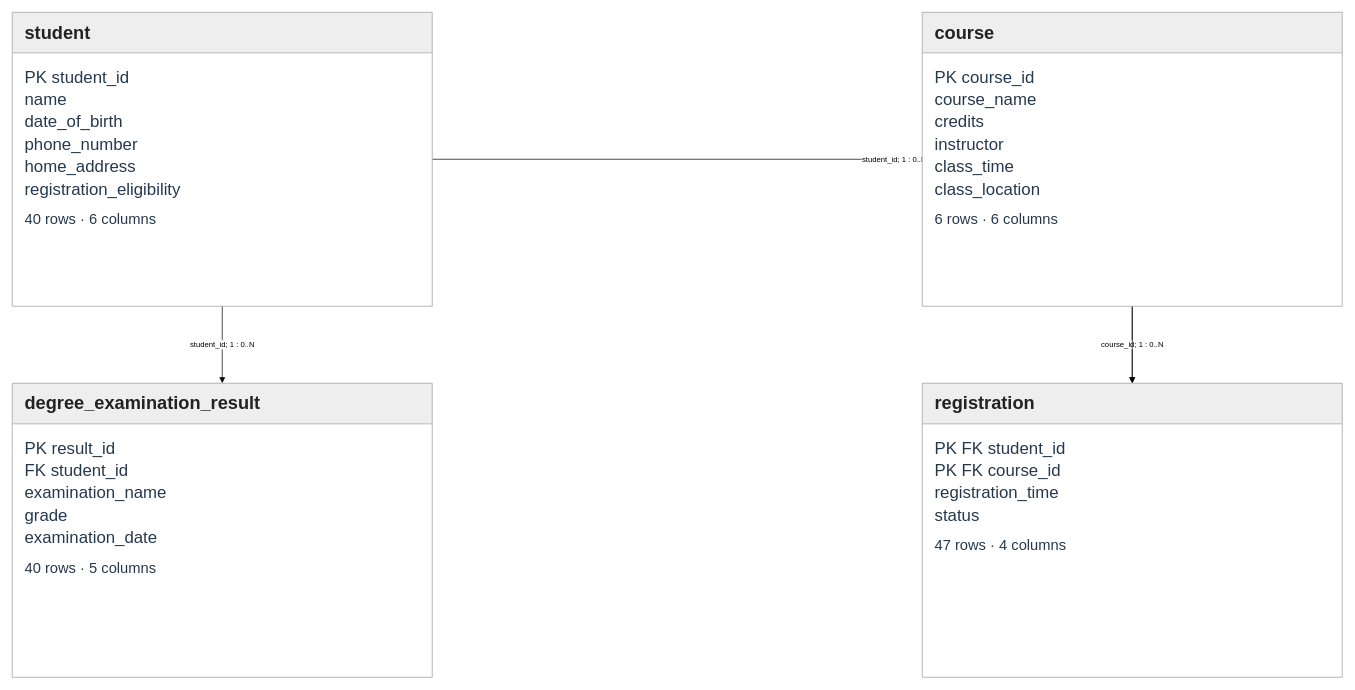
jiwonpark7913/NL2EVENTLOG keeps this draw.io diagram as datasets/universityflow/docs/schema.drawio. Above is the earlier version. Source tidied: cells renumbered, new cells numbered last; positions are measured from the earlier drawing's top-left corner, leaving out a move shared by most shapes. Both pictures are drawn from the tidied source at 70%, with x=0, y=0 at pixel (12, 12).
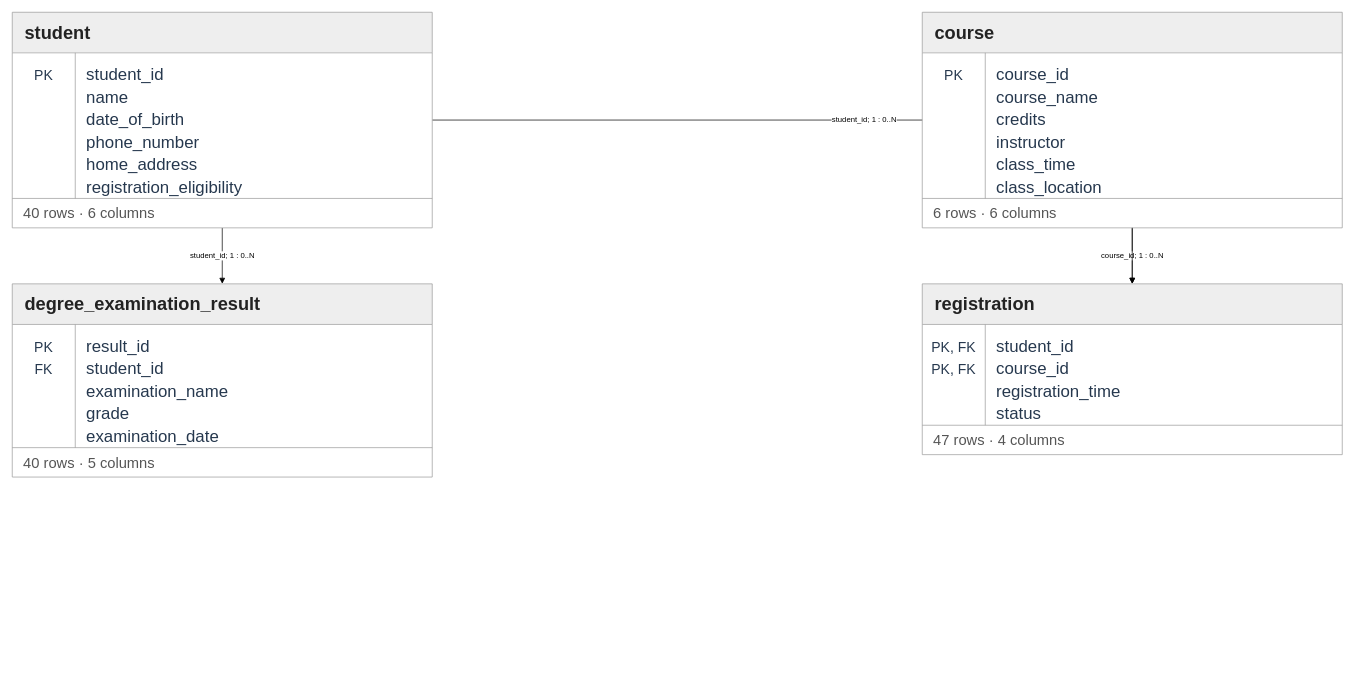
The same page after the edit.

Commit message (it also covers changes not shown here):
Add dedicated PK/FK column and compact schema table heights

Change to the diagram source:
```diff
@@
     <mxCell id="5" value="student" style="shape=swimlane;startSize=58;rounded=0;whiteSpace=wrap;html=1;align=left;spacingLeft=16;fillColor=#eeeeee;swimlaneFillColor=#ffffff;strokeColor=#9a9a9a;fontColor=#222222;fontSize=26;fontStyle=1;" parent="1" vertex="1">
-      <mxGeometry width="600" height="420" as="geometry" />
+      <mxGeometry width="600" height="308" as="geometry" />
     </mxCell>
-    <mxCell id="6" value="&lt;div style=&quot;line-height:32px&quot;&gt;PK student_id&lt;/div&gt;&lt;div style=&quot;line-height:32px&quot;&gt;name&lt;/div&gt;&lt;div style=&quot;line-height:32px&quot;&gt;date_of_birth&lt;/div&gt;&lt;div style=&quot;line-height:32px&quot;&gt;phone_number&lt;/div&gt;&lt;div style=&quot;line-height:32px&quot;&gt;home_address&lt;/div&gt;&lt;div style=&quot;line-height:32px&quot;&gt;registration_eligibility&lt;/div&gt;&lt;div style=&quot;margin-top:14px;font-size:21px&quot;&gt;40 rows · 6 columns&lt;/div&gt;" style="text;rounded=0;whiteSpace=wrap;html=1;align=left;verticalAlign=top;spacingLeft=16;spacingTop=12;fontColor=#26384e;fontSize=24;fontStyle=0;fillColor=none;strokeColor=none;" parent="5" vertex="1">
-      <mxGeometry y="58" width="600" height="362" as="geometry" />
-    </mxCell>
+    <mxCell id="13" style="endArrow=none;startArrow=none;rounded=0;strokeColor=#9a9a9a;" parent="5" edge="1">
+      <mxGeometry relative="1" as="geometry">
+        <mxPoint x="90" y="58" as="sourcePoint" />
+        <mxPoint x="90" y="266" as="targetPoint" />
+      </mxGeometry>
+    </mxCell>
+    <mxCell id="14" style="endArrow=none;startArrow=none;rounded=0;strokeColor=#9a9a9a;" parent="5" edge="1">
+      <mxGeometry relative="1" as="geometry">
+        <mxPoint y="266" as="sourcePoint" />
+        <mxPoint x="600" y="266" as="targetPoint" />
+      </mxGeometry>
+    </mxCell>
+    <mxCell id="15" value="PK" style="text;rounded=0;whiteSpace=wrap;html=1;align=center;verticalAlign=middle;spacingLeft=0;fontColor=#26384e;fontSize=20;fontStyle=0;fillColor=none;strokeColor=none;" parent="5" vertex="1">
+      <mxGeometry y="74" width="90" height="32" as="geometry" />
+    </mxCell>
+    <mxCell id="16" value="student_id" style="text;rounded=0;whiteSpace=wrap;html=1;align=left;verticalAlign=middle;spacingLeft=14;fontColor=#26384e;fontSize=24;fontStyle=0;fillColor=none;strokeColor=none;" parent="5" vertex="1">
+      <mxGeometry x="90" y="74" width="510" height="32" as="geometry" />
+    </mxCell>
+    <mxCell id="17" style="text;rounded=0;whiteSpace=wrap;html=1;align=center;verticalAlign=middle;spacingLeft=0;fontColor=#26384e;fontSize=20;fontStyle=0;fillColor=none;strokeColor=none;" parent="5" vertex="1">
+      <mxGeometry y="106" width="90" height="32" as="geometry" />
+    </mxCell>
+    <mxCell id="18" value="name" style="text;rounded=0;whiteSpace=wrap;html=1;align=left;verticalAlign=middle;spacingLeft=14;fontColor=#26384e;fontSize=24;fontStyle=0;fillColor=none;strokeColor=none;" parent="5" vertex="1">
+      <mxGeometry x="90" y="106" width="510" height="32" as="geometry" />
+    </mxCell>
+    <mxCell id="19" style="text;rounded=0;whiteSpace=wrap;html=1;align=center;verticalAlign=middle;spacingLeft=0;fontColor=#26384e;fontSize=20;fontStyle=0;fillColor=none;strokeColor=none;" parent="5" vertex="1">
+      <mxGeometry y="138" width="90" height="32" as="geometry" />
+    </mxCell>
+    <mxCell id="20" value="date_of_birth" style="text;rounded=0;whiteSpace=wrap;html=1;align=left;verticalAlign=middle;spacingLeft=14;fontColor=#26384e;fontSize=24;fontStyle=0;fillColor=none;strokeColor=none;" parent="5" vertex="1">
+      <mxGeometry x="90" y="138" width="510" height="32" as="geometry" />
+    </mxCell>
+    <mxCell id="21" style="text;rounded=0;whiteSpace=wrap;html=1;align=center;verticalAlign=middle;spacingLeft=0;fontColor=#26384e;fontSize=20;fontStyle=0;fillColor=none;strokeColor=none;" parent="5" vertex="1">
+      <mxGeometry y="170" width="90" height="32" as="geometry" />
+    </mxCell>
+    <mxCell id="22" value="phone_number" style="text;rounded=0;whiteSpace=wrap;html=1;align=left;verticalAlign=middle;spacingLeft=14;fontColor=#26384e;fontSize=24;fontStyle=0;fillColor=none;strokeColor=none;" parent="5" vertex="1">
+      <mxGeometry x="90" y="170" width="510" height="32" as="geometry" />
+    </mxCell>
+    <mxCell id="23" style="text;rounded=0;whiteSpace=wrap;html=1;align=center;verticalAlign=middle;spacingLeft=0;fontColor=#26384e;fontSize=20;fontStyle=0;fillColor=none;strokeColor=none;" parent="5" vertex="1">
+      <mxGeometry y="202" width="90" height="32" as="geometry" />
+    </mxCell>
+    <mxCell id="24" value="home_address" style="text;rounded=0;whiteSpace=wrap;html=1;align=left;verticalAlign=middle;spacingLeft=14;fontColor=#26384e;fontSize=24;fontStyle=0;fillColor=none;strokeColor=none;" parent="5" vertex="1">
+      <mxGeometry x="90" y="202" width="510" height="32" as="geometry" />
+    </mxCell>
+    <mxCell id="25" style="text;rounded=0;whiteSpace=wrap;html=1;align=center;verticalAlign=middle;spacingLeft=0;fontColor=#26384e;fontSize=20;fontStyle=0;fillColor=none;strokeColor=none;" parent="5" vertex="1">
+      <mxGeometry y="234" width="90" height="32" as="geometry" />
+    </mxCell>
+    <mxCell id="26" value="registration_eligibility" style="text;rounded=0;whiteSpace=wrap;html=1;align=left;verticalAlign=middle;spacingLeft=14;fontColor=#26384e;fontSize=24;fontStyle=0;fillColor=none;strokeColor=none;" parent="5" vertex="1">
+      <mxGeometry x="90" y="234" width="510" height="32" as="geometry" />
+    </mxCell>
+    <mxCell id="27" value="40 rows · 6 columns" style="text;rounded=0;whiteSpace=wrap;html=1;align=left;verticalAlign=middle;spacingLeft=14;fontColor=#555555;fontSize=21;fillColor=none;strokeColor=none;" parent="5" vertex="1">
+      <mxGeometry y="266" width="600" height="42" as="geometry" />
+    </mxCell>
     <mxCell id="7" value="course" style="shape=swimlane;startSize=58;rounded=0;whiteSpace=wrap;html=1;align=left;spacingLeft=16;fillColor=#eeeeee;swimlaneFillColor=#ffffff;strokeColor=#9a9a9a;fontColor=#222222;fontSize=26;fontStyle=1;" parent="1" vertex="1">
-      <mxGeometry x="1300" width="600" height="420" as="geometry" />
+      <mxGeometry x="1300" width="600" height="308" as="geometry" />
     </mxCell>
-    <mxCell id="8" value="&lt;div style=&quot;line-height:32px&quot;&gt;PK course_id&lt;/div&gt;&lt;div style=&quot;line-height:32px&quot;&gt;course_name&lt;/div&gt;&lt;div style=&quot;line-height:32px&quot;&gt;credits&lt;/div&gt;&lt;div style=&quot;line-height:32px&quot;&gt;instructor&lt;/div&gt;&lt;div style=&quot;line-height:32px&quot;&gt;class_time&lt;/div&gt;&lt;div style=&quot;line-height:32px&quot;&gt;class_location&lt;/div&gt;&lt;div style=&quot;margin-top:14px;font-size:21px&quot;&gt;6 rows · 6 columns&lt;/div&gt;" style="text;rounded=0;whiteSpace=wrap;html=1;align=left;verticalAlign=top;spacingLeft=16;spacingTop=12;fontColor=#26384e;fontSize=24;fontStyle=0;fillColor=none;strokeColor=none;" parent="7" vertex="1">
-      <mxGeometry y="58" width="600" height="362" as="geometry" />
-    </mxCell>
+    <mxCell id="28" style="endArrow=none;startArrow=none;rounded=0;strokeColor=#9a9a9a;" parent="7" edge="1">
+      <mxGeometry relative="1" as="geometry">
+        <mxPoint x="90" y="58" as="sourcePoint" />
+        <mxPoint x="90" y="266" as="targetPoint" />
+      </mxGeometry>
+    </mxCell>
+    <mxCell id="29" style="endArrow=none;startArrow=none;rounded=0;strokeColor=#9a9a9a;" parent="7" edge="1">
+      <mxGeometry relative="1" as="geometry">
+        <mxPoint y="266" as="sourcePoint" />
+        <mxPoint x="600" y="266" as="targetPoint" />
+      </mxGeometry>
+    </mxCell>
+    <mxCell id="30" value="PK" style="text;rounded=0;whiteSpace=wrap;html=1;align=center;verticalAlign=middle;spacingLeft=0;fontColor=#26384e;fontSize=20;fontStyle=0;fillColor=none;strokeColor=none;" parent="7" vertex="1">
+      <mxGeometry y="74" width="90" height="32" as="geometry" />
+    </mxCell>
+    <mxCell id="31" value="course_id" style="text;rounded=0;whiteSpace=wrap;html=1;align=left;verticalAlign=middle;spacingLeft=14;fontColor=#26384e;fontSize=24;fontStyle=0;fillColor=none;strokeColor=none;" parent="7" vertex="1">
+      <mxGeometry x="90" y="74" width="510" height="32" as="geometry" />
+    </mxCell>
+    <mxCell id="32" style="text;rounded=0;whiteSpace=wrap;html=1;align=center;verticalAlign=middle;spacingLeft=0;fontColor=#26384e;fontSize=20;fontStyle=0;fillColor=none;strokeColor=none;" parent="7" vertex="1">
+      <mxGeometry y="106" width="90" height="32" as="geometry" />
+    </mxCell>
+    <mxCell id="33" value="course_name" style="text;rounded=0;whiteSpace=wrap;html=1;align=left;verticalAlign=middle;spacingLeft=14;fontColor=#26384e;fontSize=24;fontStyle=0;fillColor=none;strokeColor=none;" parent="7" vertex="1">
+      <mxGeometry x="90" y="106" width="510" height="32" as="geometry" />
+    </mxCell>
+    <mxCell id="34" style="text;rounded=0;whiteSpace=wrap;html=1;align=center;verticalAlign=middle;spacingLeft=0;fontColor=#26384e;fontSize=20;fontStyle=0;fillColor=none;strokeColor=none;" parent="7" vertex="1">
+      <mxGeometry y="138" width="90" height="32" as="geometry" />
+    </mxCell>
+    <mxCell id="35" value="credits" style="text;rounded=0;whiteSpace=wrap;html=1;align=left;verticalAlign=middle;spacingLeft=14;fontColor=#26384e;fontSize=24;fontStyle=0;fillColor=none;strokeColor=none;" parent="7" vertex="1">
+      <mxGeometry x="90" y="138" width="510" height="32" as="geometry" />
+    </mxCell>
+    <mxCell id="36" style="text;rounded=0;whiteSpace=wrap;html=1;align=center;verticalAlign=middle;spacingLeft=0;fontColor=#26384e;fontSize=20;fontStyle=0;fillColor=none;strokeColor=none;" parent="7" vertex="1">
+      <mxGeometry y="170" width="90" height="32" as="geometry" />
+    </mxCell>
+    <mxCell id="37" value="instructor" style="text;rounded=0;whiteSpace=wrap;html=1;align=left;verticalAlign=middle;spacingLeft=14;fontColor=#26384e;fontSize=24;fontStyle=0;fillColor=none;strokeColor=none;" parent="7" vertex="1">
+      <mxGeometry x="90" y="170" width="510" height="32" as="geometry" />
+    </mxCell>
+    <mxCell id="38" style="text;rounded=0;whiteSpace=wrap;html=1;align=center;verticalAlign=middle;spacingLeft=0;fontColor=#26384e;fontSize=20;fontStyle=0;fillColor=none;strokeColor=none;" parent="7" vertex="1">
+      <mxGeometry y="202" width="90" height="32" as="geometry" />
+    </mxCell>
+    <mxCell id="39" value="class_time" style="text;rounded=0;whiteSpace=wrap;html=1;align=left;verticalAlign=middle;spacingLeft=14;fontColor=#26384e;fontSize=24;fontStyle=0;fillColor=none;strokeColor=none;" parent="7" vertex="1">
+      <mxGeometry x="90" y="202" width="510" height="32" as="geometry" />
+    </mxCell>
+    <mxCell id="40" style="text;rounded=0;whiteSpace=wrap;html=1;align=center;verticalAlign=middle;spacingLeft=0;fontColor=#26384e;fontSize=20;fontStyle=0;fillColor=none;strokeColor=none;" parent="7" vertex="1">
+      <mxGeometry y="234" width="90" height="32" as="geometry" />
+    </mxCell>
+    <mxCell id="41" value="class_location" style="text;rounded=0;whiteSpace=wrap;html=1;align=left;verticalAlign=middle;spacingLeft=14;fontColor=#26384e;fontSize=24;fontStyle=0;fillColor=none;strokeColor=none;" parent="7" vertex="1">
+      <mxGeometry x="90" y="234" width="510" height="32" as="geometry" />
+    </mxCell>
+    <mxCell id="42" value="6 rows · 6 columns" style="text;rounded=0;whiteSpace=wrap;html=1;align=left;verticalAlign=middle;spacingLeft=14;fontColor=#555555;fontSize=21;fillColor=none;strokeColor=none;" parent="7" vertex="1">
+      <mxGeometry y="266" width="600" height="42" as="geometry" />
+    </mxCell>
     <mxCell id="9" value="registration" style="shape=swimlane;startSize=58;rounded=0;whiteSpace=wrap;html=1;align=left;spacingLeft=16;fillColor=#eeeeee;swimlaneFillColor=#ffffff;strokeColor=#9a9a9a;fontColor=#222222;fontSize=26;fontStyle=1;" parent="1" vertex="1">
-      <mxGeometry x="1300" y="530" width="600" height="420" as="geometry" />
+      <mxGeometry x="1300" y="388" width="600" height="244" as="geometry" />
     </mxCell>
-    <mxCell id="10" value="&lt;div style=&quot;line-height:32px&quot;&gt;PK FK student_id&lt;/div&gt;&lt;div style=&quot;line-height:32px&quot;&gt;PK FK course_id&lt;/div&gt;&lt;div style=&quot;line-height:32px&quot;&gt;registration_time&lt;/div&gt;&lt;div style=&quot;line-height:32px&quot;&gt;status&lt;/div&gt;&lt;div style=&quot;margin-top:14px;font-size:21px&quot;&gt;47 rows · 4 columns&lt;/div&gt;" style="text;rounded=0;whiteSpace=wrap;html=1;align=left;verticalAlign=top;spacingLeft=16;spacingTop=12;fontColor=#26384e;fontSize=24;fontStyle=0;fillColor=none;strokeColor=none;" parent="9" vertex="1">
-      <mxGeometry y="58" width="600" height="362" as="geometry" />
-    </mxCell>
+    <mxCell id="43" style="endArrow=none;startArrow=none;rounded=0;strokeColor=#9a9a9a;" parent="9" edge="1">
+      <mxGeometry relative="1" as="geometry">
+        <mxPoint x="90" y="58" as="sourcePoint" />
+        <mxPoint x="90" y="202" as="targetPoint" />
+      </mxGeometry>
+    </mxCell>
+    <mxCell id="44" style="endArrow=none;startArrow=none;rounded=0;strokeColor=#9a9a9a;" parent="9" edge="1">
+      <mxGeometry relative="1" as="geometry">
+        <mxPoint y="202" as="sourcePoint" />
+        <mxPoint x="600" y="202" as="targetPoint" />
+      </mxGeometry>
+    </mxCell>
+    <mxCell id="45" value="PK, FK" style="text;rounded=0;whiteSpace=wrap;html=1;align=center;verticalAlign=middle;spacingLeft=0;fontColor=#26384e;fontSize=20;fontStyle=0;fillColor=none;strokeColor=none;" parent="9" vertex="1">
+      <mxGeometry y="74" width="90" height="32" as="geometry" />
+    </mxCell>
+    <mxCell id="46" value="student_id" style="text;rounded=0;whiteSpace=wrap;html=1;align=left;verticalAlign=middle;spacingLeft=14;fontColor=#26384e;fontSize=24;fontStyle=0;fillColor=none;strokeColor=none;" parent="9" vertex="1">
+      <mxGeometry x="90" y="74" width="510" height="32" as="geometry" />
+    </mxCell>
+    <mxCell id="47" value="PK, FK" style="text;rounded=0;whiteSpace=wrap;html=1;align=center;verticalAlign=middle;spacingLeft=0;fontColor=#26384e;fontSize=20;fontStyle=0;fillColor=none;strokeColor=none;" parent="9" vertex="1">
+      <mxGeometry y="106" width="90" height="32" as="geometry" />
+    </mxCell>
+    <mxCell id="48" value="course_id" style="text;rounded=0;whiteSpace=wrap;html=1;align=left;verticalAlign=middle;spacingLeft=14;fontColor=#26384e;fontSize=24;fontStyle=0;fillColor=none;strokeColor=none;" parent="9" vertex="1">
+      <mxGeometry x="90" y="106" width="510" height="32" as="geometry" />
+    </mxCell>
+    <mxCell id="49" style="text;rounded=0;whiteSpace=wrap;html=1;align=center;verticalAlign=middle;spacingLeft=0;fontColor=#26384e;fontSize=20;fontStyle=0;fillColor=none;strokeColor=none;" parent="9" vertex="1">
+      <mxGeometry y="138" width="90" height="32" as="geometry" />
+    </mxCell>
+    <mxCell id="50" value="registration_time" style="text;rounded=0;whiteSpace=wrap;html=1;align=left;verticalAlign=middle;spacingLeft=14;fontColor=#26384e;fontSize=24;fontStyle=0;fillColor=none;strokeColor=none;" parent="9" vertex="1">
+      <mxGeometry x="90" y="138" width="510" height="32" as="geometry" />
+    </mxCell>
+    <mxCell id="51" style="text;rounded=0;whiteSpace=wrap;html=1;align=center;verticalAlign=middle;spacingLeft=0;fontColor=#26384e;fontSize=20;fontStyle=0;fillColor=none;strokeColor=none;" parent="9" vertex="1">
+      <mxGeometry y="170" width="90" height="32" as="geometry" />
+    </mxCell>
+    <mxCell id="52" value="status" style="text;rounded=0;whiteSpace=wrap;html=1;align=left;verticalAlign=middle;spacingLeft=14;fontColor=#26384e;fontSize=24;fontStyle=0;fillColor=none;strokeColor=none;" parent="9" vertex="1">
+      <mxGeometry x="90" y="170" width="510" height="32" as="geometry" />
+    </mxCell>
+    <mxCell id="53" value="47 rows · 4 columns" style="text;rounded=0;whiteSpace=wrap;html=1;align=left;verticalAlign=middle;spacingLeft=14;fontColor=#555555;fontSize=21;fillColor=none;strokeColor=none;" parent="9" vertex="1">
+      <mxGeometry y="202" width="600" height="42" as="geometry" />
+    </mxCell>
     <mxCell id="11" value="degree_examination_result" style="shape=swimlane;startSize=58;rounded=0;whiteSpace=wrap;html=1;align=left;spacingLeft=16;fillColor=#eeeeee;swimlaneFillColor=#ffffff;strokeColor=#9a9a9a;fontColor=#222222;fontSize=26;fontStyle=1;" parent="1" vertex="1">
-      <mxGeometry y="530" width="600" height="420" as="geometry" />
+      <mxGeometry y="388" width="600" height="276" as="geometry" />
     </mxCell>
-    <mxCell id="12" value="&lt;div style=&quot;line-height:32px&quot;&gt;PK result_id&lt;/div&gt;&lt;div style=&quot;line-height:32px&quot;&gt;FK student_id&lt;/div&gt;&lt;div style=&quot;line-height:32px&quot;&gt;examination_name&lt;/div&gt;&lt;div style=&quot;line-height:32px&quot;&gt;grade&lt;/div&gt;&lt;div style=&quot;line-height:32px&quot;&gt;examination_date&lt;/div&gt;&lt;div style=&quot;margin-top:14px;font-size:21px&quot;&gt;40 rows · 5 columns&lt;/div&gt;" style="text;rounded=0;whiteSpace=wrap;html=1;align=left;verticalAlign=top;spacingLeft=16;spacingTop=12;fontColor=#26384e;fontSize=24;fontStyle=0;fillColor=none;strokeColor=none;" parent="11" vertex="1">
-      <mxGeometry y="58" width="600" height="362" as="geometry" />
-    </mxCell>
+    <mxCell id="54" style="endArrow=none;startArrow=none;rounded=0;strokeColor=#9a9a9a;" parent="11" edge="1">
+      <mxGeometry relative="1" as="geometry">
+        <mxPoint x="90" y="58" as="sourcePoint" />
+        <mxPoint x="90" y="234" as="targetPoint" />
+      </mxGeometry>
+    </mxCell>
+    <mxCell id="55" style="endArrow=none;startArrow=none;rounded=0;strokeColor=#9a9a9a;" parent="11" edge="1">
+      <mxGeometry relative="1" as="geometry">
+        <mxPoint y="234" as="sourcePoint" />
+        <mxPoint x="600" y="234" as="targetPoint" />
+      </mxGeometry>
+    </mxCell>
+    <mxCell id="56" value="PK" style="text;rounded=0;whiteSpace=wrap;html=1;align=center;verticalAlign=middle;spacingLeft=0;fontColor=#26384e;fontSize=20;fontStyle=0;fillColor=none;strokeColor=none;" parent="11" vertex="1">
+      <mxGeometry y="74" width="90" height="32" as="geometry" />
+    </mxCell>
+    <mxCell id="57" value="result_id" style="text;rounded=0;whiteSpace=wrap;html=1;align=left;verticalAlign=middle;spacingLeft=14;fontColor=#26384e;fontSize=24;fontStyle=0;fillColor=none;strokeColor=none;" parent="11" vertex="1">
+      <mxGeometry x="90" y="74" width="510" height="32" as="geometry" />
+    </mxCell>
+    <mxCell id="58" value="FK" style="text;rounded=0;whiteSpace=wrap;html=1;align=center;verticalAlign=middle;spacingLeft=0;fontColor=#26384e;fontSize=20;fontStyle=0;fillColor=none;strokeColor=none;" parent="11" vertex="1">
+      <mxGeometry y="106" width="90" height="32" as="geometry" />
+    </mxCell>
+    <mxCell id="59" value="student_id" style="text;rounded=0;whiteSpace=wrap;html=1;align=left;verticalAlign=middle;spacingLeft=14;fontColor=#26384e;fontSize=24;fontStyle=0;fillColor=none;strokeColor=none;" parent="11" vertex="1">
+      <mxGeometry x="90" y="106" width="510" height="32" as="geometry" />
+    </mxCell>
+    <mxCell id="60" style="text;rounded=0;whiteSpace=wrap;html=1;align=center;verticalAlign=middle;spacingLeft=0;fontColor=#26384e;fontSize=20;fontStyle=0;fillColor=none;strokeColor=none;" parent="11" vertex="1">
+      <mxGeometry y="138" width="90" height="32" as="geometry" />
+    </mxCell>
+    <mxCell id="61" value="examination_name" style="text;rounded=0;whiteSpace=wrap;html=1;align=left;verticalAlign=middle;spacingLeft=14;fontColor=#26384e;fontSize=24;fontStyle=0;fillColor=none;strokeColor=none;" parent="11" vertex="1">
+      <mxGeometry x="90" y="138" width="510" height="32" as="geometry" />
+    </mxCell>
+    <mxCell id="62" style="text;rounded=0;whiteSpace=wrap;html=1;align=center;verticalAlign=middle;spacingLeft=0;fontColor=#26384e;fontSize=20;fontStyle=0;fillColor=none;strokeColor=none;" parent="11" vertex="1">
+      <mxGeometry y="170" width="90" height="32" as="geometry" />
+    </mxCell>
+    <mxCell id="63" value="grade" style="text;rounded=0;whiteSpace=wrap;html=1;align=left;verticalAlign=middle;spacingLeft=14;fontColor=#26384e;fontSize=24;fontStyle=0;fillColor=none;strokeColor=none;" parent="11" vertex="1">
+      <mxGeometry x="90" y="170" width="510" height="32" as="geometry" />
+    </mxCell>
+    <mxCell id="64" style="text;rounded=0;whiteSpace=wrap;html=1;align=center;verticalAlign=middle;spacingLeft=0;fontColor=#26384e;fontSize=20;fontStyle=0;fillColor=none;strokeColor=none;" parent="11" vertex="1">
+      <mxGeometry y="202" width="90" height="32" as="geometry" />
+    </mxCell>
+    <mxCell id="65" value="examination_date" style="text;rounded=0;whiteSpace=wrap;html=1;align=left;verticalAlign=middle;spacingLeft=14;fontColor=#26384e;fontSize=24;fontStyle=0;fillColor=none;strokeColor=none;" parent="11" vertex="1">
+      <mxGeometry x="90" y="202" width="510" height="32" as="geometry" />
+    </mxCell>
+    <mxCell id="66" value="40 rows · 5 columns" style="text;rounded=0;whiteSpace=wrap;html=1;align=left;verticalAlign=middle;spacingLeft=14;fontColor=#555555;fontSize=21;fillColor=none;strokeColor=none;" parent="11" vertex="1">
+      <mxGeometry y="234" width="600" height="42" as="geometry" />
+    </mxCell>
```
